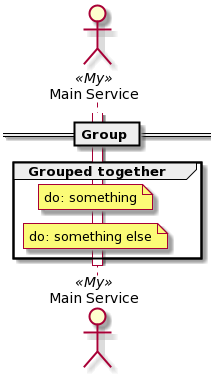
Above: docs/tuc/examples/group.png in TypedUseCase/tuc-console (PlantUML), before the change.
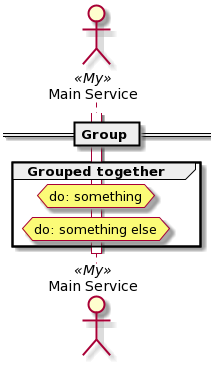
Above is the later version.

Diff of the diagram source:
```diff
@@ -7,12 +7,12 @@
 
 activate MainService
 group Grouped together
-    note over MainService
+    hnote over MainService
     do: something
-    end note
-    note over MainService
+    end hnote
+    hnote over MainService
     do: something else
-    end note
+    end hnote
 end
 
 deactivate MainService
```
